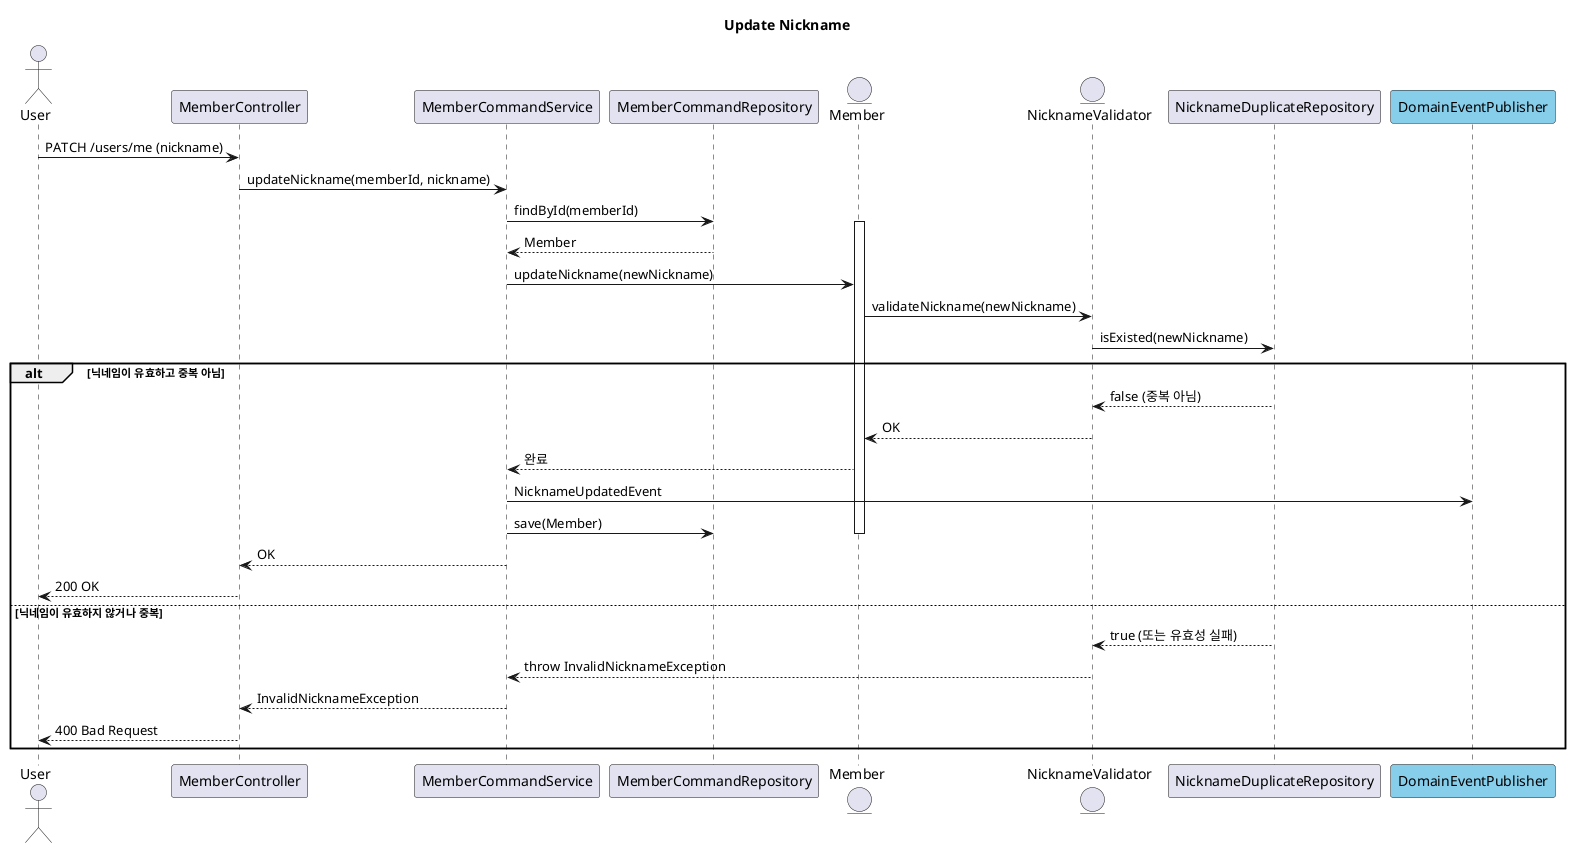
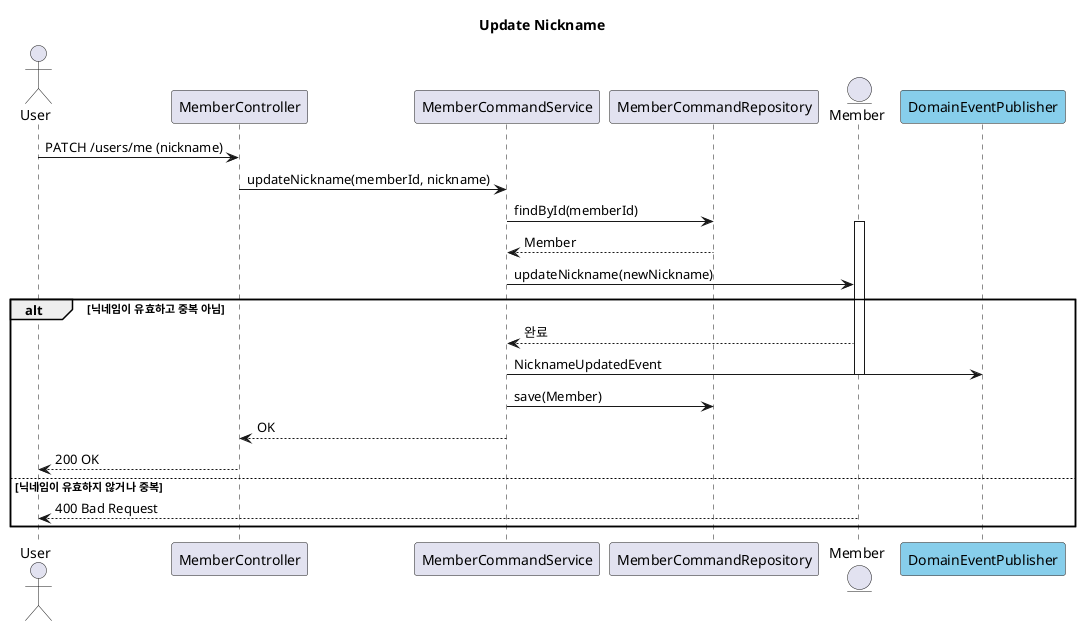
@startuml updateNicknameSeq
title Update Nickname

actor User
participant MemberController
participant MemberCommandService
participant MemberCommandRepository
entity      Member
- entity      NicknameValidator
- participant NicknameDuplicateRepository
participant DomainEventPublisher #skyblue

User -> MemberController : PATCH /users/me (nickname)
MemberController -> MemberCommandService : updateNickname(memberId, nickname)
MemberCommandService -> MemberCommandRepository : findById(memberId)
activate Member
MemberCommandRepository --> MemberCommandService : Member

MemberCommandService -> Member : updateNickname(newNickname)
- Member -> NicknameValidator : validateNickname(newNickname)
- NicknameValidator -> NicknameDuplicateRepository : isExisted(newNickname)

alt 닉네임이 유효하고 중복 아님
- NicknameDuplicateRepository --> NicknameValidator : false (중복 아님)
- NicknameValidator --> Member : OK
Member --> MemberCommandService : 완료
MemberCommandService -> DomainEventPublisher : NicknameUpdatedEvent
+ deactivate Member
MemberCommandService -> MemberCommandRepository : save(Member)
- deactivate Member
MemberCommandService --> MemberController : OK
MemberController --> User : 200 OK

else 닉네임이 유효하지 않거나 중복
- NicknameDuplicateRepository --> NicknameValidator : true (또는 유효성 실패)
- NicknameValidator --> MemberCommandService : throw InvalidNicknameException
- deactivate Member
- MemberCommandService --> MemberController : InvalidNicknameException
- MemberController --> User : 400 Bad Request
+ Member --> User : 400 Bad Request

end

@enduml
